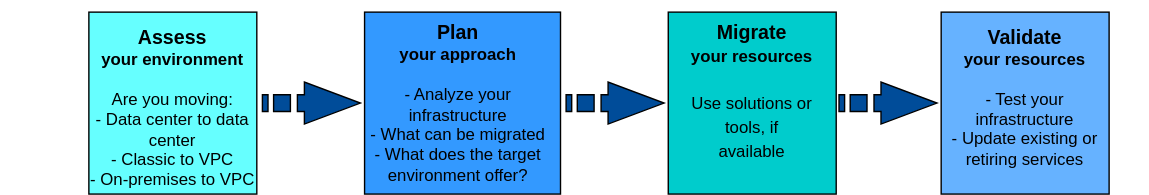
Before: images/migrate-process.svg, a diagram exported from draw.io (ibm-cloud-docs/cloud-infrastructure). Source tidied: cells renumbered, new cells last; positions are measured from the earlier drawing's top-left corner, leaving out a move shared by most shapes.
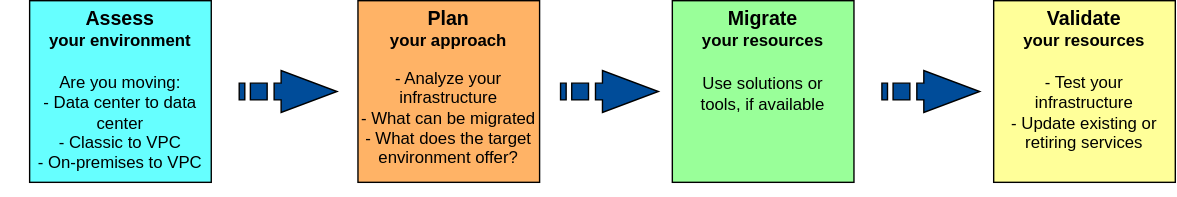
After the change.

Diff of the diagram source:
```diff
@@ -6,39 +6,51 @@
       <mxGeometry width="820" height="130" as="geometry" />
     </mxCell>
     <mxCell id="3" style="html=1;shadow=0;dashed=0;align=center;verticalAlign=middle;shape=mxgraph.arrows2.stripedArrow;dy=0.6;dx=40;notch=25;labelBackgroundColor=none;fontSize=14;fillColor=#004C99;" parent="1" vertex="1">
-      <mxGeometry x="187" y="50" width="70" height="30" as="geometry" />
+      <mxGeometry x="170" y="50" width="70" height="30" as="geometry" />
     </mxCell>
     <mxCell id="4" style="html=1;shadow=0;dashed=0;align=center;verticalAlign=middle;shape=mxgraph.arrows2.stripedArrow;dy=0.6;dx=40;notch=25;labelBackgroundColor=none;fontSize=14;fillColor=#004C99;" parent="1" vertex="1">
-      <mxGeometry x="404" y="50" width="70" height="30" as="geometry" />
+      <mxGeometry x="400" y="50" width="70" height="30" as="geometry" />
     </mxCell>
     <mxCell id="5" style="html=1;shadow=0;dashed=0;align=center;verticalAlign=middle;shape=mxgraph.arrows2.stripedArrow;dy=0.6;dx=40;notch=25;labelBackgroundColor=none;fontSize=14;fillColor=#004C99;" parent="1" vertex="1">
-      <mxGeometry x="599" y="50" width="70" height="30" as="geometry" />
+      <mxGeometry x="630" y="50" width="70" height="30" as="geometry" />
     </mxCell>
     <mxCell id="6" style="rounded=0;whiteSpace=wrap;html=1;fillColor=#66FFFF;" parent="1" vertex="1">
-      <mxGeometry x="63" width="120" height="130" as="geometry" />
+      <mxGeometry x="20" width="130" height="130" as="geometry" />
     </mxCell>
-    <mxCell id="7" style="rounded=0;whiteSpace=wrap;html=1;fillColor=#3399FF;" parent="1" vertex="1">
-      <mxGeometry x="260" width="140" height="130" as="geometry" />
-    </mxCell>
-    <mxCell id="8" style="rounded=0;whiteSpace=wrap;html=1;fillColor=#00CCCC;" parent="1" vertex="1">
-      <mxGeometry x="477" width="120" height="130" as="geometry" />
-    </mxCell>
-    <mxCell id="9" style="rounded=0;whiteSpace=wrap;html=1;fillColor=#66B2FF;" parent="1" vertex="1">
-      <mxGeometry x="672" width="120" height="130" as="geometry" />
-    </mxCell>
+    <mxCell id="16" style="rounded=0;whiteSpace=wrap;html=1;fillColor=#FFB366;" parent="1" vertex="1">
+      <mxGeometry x="255" width="130" height="130" as="geometry" />
+    </mxCell>
+    <mxCell id="17" style="rounded=0;whiteSpace=wrap;html=1;fillColor=#99FF99;" parent="1" vertex="1">
+      <mxGeometry x="480" width="130" height="130" as="geometry" />
+    </mxCell>
+    <mxCell id="18" style="rounded=0;whiteSpace=wrap;html=1;fillColor=#FFFF99;" parent="1" vertex="1">
+      <mxGeometry x="710" width="130" height="130" as="geometry" />
+    </mxCell>
+    <mxCell id="19" value="&lt;font style=&quot;font-size: 14px&quot;&gt;Assess&lt;/font&gt; &lt;br&gt;your environment" style="text;html=1;strokeColor=none;fillColor=none;align=center;verticalAlign=middle;whiteSpace=wrap;rounded=0;fontStyle=1;fontSize=12;" parent="1" vertex="1">
+      <mxGeometry x="30" y="10" width="110" height="20" as="geometry" />
+    </mxCell>
+    <mxCell id="20" value="&lt;b&gt;&lt;font style=&quot;font-size: 14px&quot;&gt;Plan&lt;/font&gt;&lt;br&gt;your approach&lt;/b&gt;" style="text;html=1;strokeColor=none;fillColor=none;align=center;verticalAlign=middle;whiteSpace=wrap;rounded=0;fontSize=12;" parent="1" vertex="1">
+      <mxGeometry x="265" width="110" height="40" as="geometry" />
+    </mxCell>
+    <mxCell id="21" value="&lt;b&gt;&lt;font style=&quot;font-size: 14px&quot;&gt;Migrate&lt;/font&gt;&lt;br&gt;your resources&lt;br&gt;&lt;/b&gt;" style="text;html=1;strokeColor=none;fillColor=none;align=center;verticalAlign=middle;whiteSpace=wrap;rounded=0;fontSize=12;" parent="1" vertex="1">
+      <mxGeometry x="500" y="10" width="90" height="20" as="geometry" />
+    </mxCell>
+    <mxCell id="22" value="&lt;b&gt;&lt;font style=&quot;font-size: 14px&quot;&gt;Validate&lt;/font&gt;&lt;br&gt;your resources&lt;br&gt;&lt;/b&gt;" style="text;html=1;strokeColor=none;fillColor=none;align=center;verticalAlign=middle;whiteSpace=wrap;rounded=0;fontSize=12;" parent="1" vertex="1">
+      <mxGeometry x="730" y="10" width="90" height="20" as="geometry" />
+    </mxCell>
     <mxCell id="10" value="text" parent="0" />
-    <mxCell id="11" value="&lt;span style=&quot;color: rgb(0 , 0 , 0) ; font-family: &amp;#34;helvetica&amp;#34; ; font-style: normal ; letter-spacing: normal ; text-align: center ; text-indent: 0px ; text-transform: none ; word-spacing: 0px ; display: inline ; float: none&quot;&gt;&lt;b&gt;&lt;font style=&quot;font-size: 14px&quot;&gt;&lt;br&gt;Assess &lt;/font&gt;&lt;br&gt;your environment&lt;br&gt;&lt;/b&gt;&lt;/span&gt;&lt;br style=&quot;color: rgb(0 , 0 , 0) ; font-family: &amp;#34;helvetica&amp;#34; ; font-size: 12px ; font-style: normal ; font-weight: 400 ; letter-spacing: normal ; text-align: center ; text-indent: 0px ; text-transform: none ; word-spacing: 0px ; background-color: rgb(248 , 249 , 250)&quot;&gt;&lt;span style=&quot;color: rgb(0 , 0 , 0) ; font-family: &amp;#34;helvetica&amp;#34; ; font-size: 12px ; font-style: normal ; font-weight: 400 ; letter-spacing: normal ; text-align: center ; text-indent: 0px ; text-transform: none ; word-spacing: 0px ; display: inline ; float: none&quot;&gt;Are you moving:&lt;/span&gt;&lt;br style=&quot;color: rgb(0 , 0 , 0) ; font-family: &amp;#34;helvetica&amp;#34; ; font-size: 12px ; font-style: normal ; font-weight: 400 ; letter-spacing: normal ; text-align: center ; text-indent: 0px ; text-transform: none ; word-spacing: 0px&quot;&gt;&lt;span style=&quot;color: rgb(0 , 0 , 0) ; font-family: &amp;#34;helvetica&amp;#34; ; font-size: 12px ; font-style: normal ; font-weight: 400 ; letter-spacing: normal ; text-align: center ; text-indent: 0px ; text-transform: none ; word-spacing: 0px ; display: inline ; float: none&quot;&gt;- Data center to data center&lt;/span&gt;&lt;br style=&quot;color: rgb(0 , 0 , 0) ; font-family: &amp;#34;helvetica&amp;#34; ; font-size: 12px ; font-style: normal ; font-weight: 400 ; letter-spacing: normal ; text-align: center ; text-indent: 0px ; text-transform: none ; word-spacing: 0px&quot;&gt;&lt;span style=&quot;color: rgb(0 , 0 , 0) ; font-family: &amp;#34;helvetica&amp;#34; ; font-size: 12px ; font-style: normal ; font-weight: 400 ; letter-spacing: normal ; text-align: center ; text-indent: 0px ; text-transform: none ; word-spacing: 0px ; display: inline ; float: none&quot;&gt;- Classic to VPC&lt;br&gt;- On-premises to VPC&lt;br&gt;&lt;/span&gt;" style="text;html=1;strokeColor=none;fillColor=none;align=center;verticalAlign=middle;whiteSpace=wrap;rounded=0;" parent="10" vertex="1">
-      <mxGeometry x="58" width="130" height="120" as="geometry" />
+    <mxCell id="11" value="&lt;br style=&quot;color: rgb(0 , 0 , 0) ; font-family: &amp;#34;helvetica&amp;#34; ; font-size: 12px ; font-style: normal ; font-weight: 400 ; letter-spacing: normal ; text-align: center ; text-indent: 0px ; text-transform: none ; word-spacing: 0px ; background-color: rgb(248 , 249 , 250)&quot;&gt;&lt;span style=&quot;color: rgb(0 , 0 , 0) ; font-family: &amp;#34;helvetica&amp;#34; ; font-size: 12px ; font-style: normal ; font-weight: 400 ; letter-spacing: normal ; text-align: center ; text-indent: 0px ; text-transform: none ; word-spacing: 0px ; display: inline ; float: none&quot;&gt;Are you moving:&lt;/span&gt;&lt;br style=&quot;color: rgb(0 , 0 , 0) ; font-family: &amp;#34;helvetica&amp;#34; ; font-size: 12px ; font-style: normal ; font-weight: 400 ; letter-spacing: normal ; text-align: center ; text-indent: 0px ; text-transform: none ; word-spacing: 0px&quot;&gt;&lt;span style=&quot;color: rgb(0 , 0 , 0) ; font-family: &amp;#34;helvetica&amp;#34; ; font-size: 12px ; font-style: normal ; font-weight: 400 ; letter-spacing: normal ; text-align: center ; text-indent: 0px ; text-transform: none ; word-spacing: 0px ; display: inline ; float: none&quot;&gt;- Data center to data center&lt;/span&gt;&lt;br style=&quot;color: rgb(0 , 0 , 0) ; font-family: &amp;#34;helvetica&amp;#34; ; font-size: 12px ; font-style: normal ; font-weight: 400 ; letter-spacing: normal ; text-align: center ; text-indent: 0px ; text-transform: none ; word-spacing: 0px&quot;&gt;&lt;span style=&quot;color: rgb(0 , 0 , 0) ; font-family: &amp;#34;helvetica&amp;#34; ; font-size: 12px ; font-style: normal ; font-weight: 400 ; letter-spacing: normal ; text-align: center ; text-indent: 0px ; text-transform: none ; word-spacing: 0px ; display: inline ; float: none&quot;&gt;- Classic to VPC&lt;br&gt;- On-premises to VPC&lt;br&gt;&lt;/span&gt;" style="text;html=1;strokeColor=none;fillColor=none;align=center;verticalAlign=middle;whiteSpace=wrap;rounded=0;" parent="10" vertex="1">
+      <mxGeometry x="20" y="20" width="130" height="120" as="geometry" />
     </mxCell>
-    <mxCell id="12" value="&lt;b&gt;&lt;font style=&quot;font-size: 14px&quot;&gt;Plan &lt;/font&gt;&lt;br&gt;your approach&lt;br&gt;&lt;/b&gt;&lt;br&gt;- Analyze your infrastructure&lt;br&gt;- What can be migrated&lt;br&gt;- What does the target environment offer?" style="text;html=1;strokeColor=none;fillColor=none;align=center;verticalAlign=middle;whiteSpace=wrap;rounded=0;" parent="10" vertex="1">
-      <mxGeometry x="262" y="50" width="130" height="30" as="geometry" />
-    </mxCell>
-    <mxCell id="13" value="&lt;b&gt;&lt;br&gt;Migrate&lt;br&gt;&lt;/b&gt;&lt;font style=&quot;font-size: 12px&quot;&gt;&lt;b&gt;your resources&lt;/b&gt;&lt;br&gt;&lt;/font&gt;&lt;br&gt;&lt;font style=&quot;font-size: 12px&quot;&gt;Use solutions or tools, if available&lt;/font&gt;" style="text;html=1;strokeColor=none;fillColor=none;align=center;verticalAlign=middle;whiteSpace=wrap;rounded=0;labelBackgroundColor=none;fontSize=14;" parent="10" vertex="1">
-      <mxGeometry x="492" y="33" width="90" height="30" as="geometry" />
-    </mxCell>
-    <mxCell id="14" value="&lt;b&gt;&lt;font style=&quot;font-size: 14px&quot;&gt;Validate &lt;/font&gt;&lt;br&gt;your resources&lt;br&gt;&lt;/b&gt;&lt;br&gt;- Test your infrastructure&lt;br&gt;- Update existing or retiring services" style="text;html=1;strokeColor=none;fillColor=none;align=center;verticalAlign=middle;whiteSpace=wrap;rounded=0;" parent="10" vertex="1">
-      <mxGeometry x="672" y="46" width="120" height="30" as="geometry" />
-    </mxCell>
+    <mxCell id="23" value="&lt;span style=&quot;color: rgb(0 , 0 , 0) ; font-family: &amp;#34;helvetica&amp;#34; ; font-size: 12px ; font-style: normal ; font-weight: 400 ; letter-spacing: normal ; text-align: center ; text-indent: 0px ; text-transform: none ; word-spacing: 0px ; display: inline ; float: none&quot;&gt;&lt;b style=&quot;font-family: &amp;#34;helvetica&amp;#34;&quot;&gt;&lt;br&gt;&lt;/b&gt;&lt;br style=&quot;font-family: &amp;#34;helvetica&amp;#34;&quot;&gt;&lt;span style=&quot;font-family: &amp;#34;helvetica&amp;#34;&quot;&gt;- Analyze your infrastructure&lt;/span&gt;&lt;br style=&quot;font-family: &amp;#34;helvetica&amp;#34;&quot;&gt;&lt;span style=&quot;font-family: &amp;#34;helvetica&amp;#34;&quot;&gt;- What can be migrated&lt;/span&gt;&lt;br style=&quot;font-family: &amp;#34;helvetica&amp;#34;&quot;&gt;&lt;span style=&quot;font-family: &amp;#34;helvetica&amp;#34;&quot;&gt;- What does the target environment offer?&lt;/span&gt;&lt;br&gt;&lt;/span&gt;" style="text;html=1;strokeColor=none;fillColor=none;align=center;verticalAlign=middle;whiteSpace=wrap;rounded=0;" parent="10" vertex="1">
+      <mxGeometry x="250" y="20" width="140" height="100" as="geometry" />
+    </mxCell>
+    <mxCell id="24" value="&lt;br style=&quot;color: rgb(0 , 0 , 0) ; font-family: &amp;#34;helvetica&amp;#34; ; font-size: 12px ; font-style: normal ; font-weight: 400 ; letter-spacing: normal ; text-align: center ; text-indent: 0px ; text-transform: none ; word-spacing: 0px ; background-color: rgb(248 , 249 , 250)&quot;&gt;&lt;span style=&quot;color: rgb(0 , 0 , 0) ; font-family: &amp;#34;helvetica&amp;#34; ; font-size: 12px ; font-style: normal ; font-weight: 400 ; letter-spacing: normal ; text-align: center ; text-indent: 0px ; text-transform: none ; word-spacing: 0px ; display: inline ; float: none&quot;&gt;&lt;span style=&quot;font-family: &amp;#34;helvetica&amp;#34;&quot;&gt;Use solutions or tools, if available&lt;/span&gt;&lt;br&gt;&lt;/span&gt;" style="text;html=1;strokeColor=none;fillColor=none;align=center;verticalAlign=middle;whiteSpace=wrap;rounded=0;" parent="10" vertex="1">
+      <mxGeometry x="490" y="10" width="110" height="100" as="geometry" />
+    </mxCell>
+    <mxCell id="25" value="&lt;span style=&quot;color: rgb(0 , 0 , 0) ; font-family: &amp;#34;helvetica&amp;#34; ; font-size: 12px ; font-style: normal ; font-weight: 400 ; letter-spacing: normal ; text-align: center ; text-indent: 0px ; text-transform: none ; word-spacing: 0px ; display: inline ; float: none&quot;&gt;&lt;span style=&quot;font-family: &amp;#34;helvetica&amp;#34;&quot;&gt;- Test your infrastructure&lt;/span&gt;&lt;br style=&quot;font-family: &amp;#34;helvetica&amp;#34;&quot;&gt;&lt;span style=&quot;font-family: &amp;#34;helvetica&amp;#34;&quot;&gt;- Update existing or retiring services&lt;/span&gt;&lt;br&gt;&lt;/span&gt;" style="text;html=1;strokeColor=none;fillColor=none;align=center;verticalAlign=middle;whiteSpace=wrap;rounded=0;" parent="10" vertex="1">
+      <mxGeometry x="710" y="20" width="130" height="120" as="geometry" />
+    </mxCell>
     <mxCell id="15" value="Untitled Layer" parent="0" />
   </root>
 </mxGraphModel>
```
